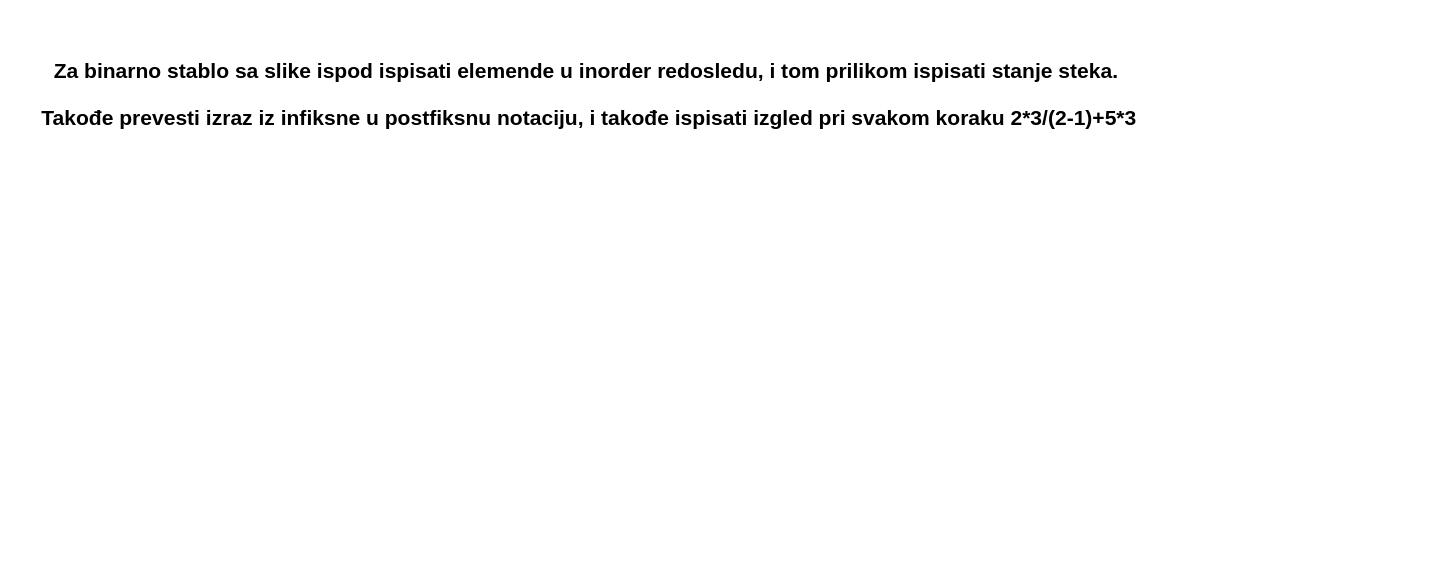
Above: Septembar 2023/5.drawio in Erten00/AISP (draw.io), before the change. Source tidied: cells renumbered, new cells numbered last; positions are measured from the earlier drawing's top-left corner, leaving out a move shared by most shapes. Both pictures are drawn from the tidied source at 150%, with x=0, y=0 at pixel (26, 26).
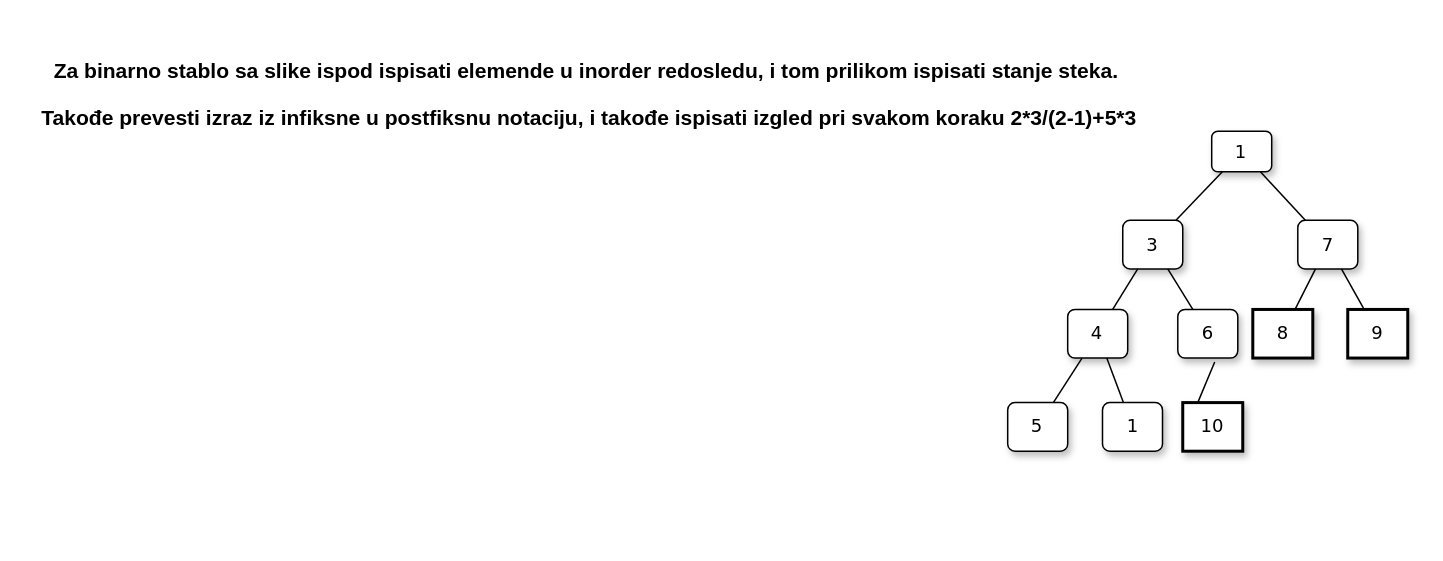
After the change.

The edit, as a diff of the source:
```diff
@@
+    <mxCell id="3" style="group;" parent="1" vertex="1">
+      <mxGeometry x="611" y="70" width="310" height="270" as="geometry" />
+    </mxCell>
+    <mxCell id="4" value="1" style="whiteSpace=wrap;html=1;rounded=1;shadow=1;labelBackgroundColor=none;strokeWidth=1;fontFamily=Verdana;fontSize=12;align=center;" parent="3" vertex="1">
+      <mxGeometry x="179.3" width="40" height="27" as="geometry" />
+    </mxCell>
+    <mxCell id="5" value="3" style="whiteSpace=wrap;html=1;rounded=1;shadow=1;labelBackgroundColor=none;strokeWidth=1;fontFamily=Verdana;fontSize=12;align=center;" parent="3" vertex="1">
+      <mxGeometry x="120" y="59.4" width="40" height="32.4" as="geometry" />
+    </mxCell>
+    <mxCell id="6" value="&lt;span&gt;7&lt;/span&gt;" style="whiteSpace=wrap;html=1;rounded=1;shadow=1;labelBackgroundColor=none;strokeWidth=1;fontFamily=Verdana;fontSize=12;align=center;" parent="3" vertex="1">
+      <mxGeometry x="236.7" y="59.4" width="40" height="32.4" as="geometry" />
+    </mxCell>
+    <mxCell id="7" style="rounded=0;html=1;labelBackgroundColor=none;startArrow=none;startFill=0;startSize=5;endArrow=none;endFill=0;endSize=5;jettySize=auto;strokeWidth=1;fontFamily=Verdana;fontSize=12;" parent="3" edge="1" source="4" target="6">
+      <mxGeometry x="-0.3" y="13" relative="1" as="geometry" />
+    </mxCell>
+    <mxCell id="8" style="rounded=0;html=1;labelBackgroundColor=none;startArrow=none;startFill=0;startSize=5;endArrow=none;endFill=0;endSize=5;jettySize=auto;strokeWidth=1;fontFamily=Verdana;fontSize=12;" parent="3" edge="1" source="4" target="5">
+      <mxGeometry x="-0.23" y="-18" relative="1" as="geometry">
+        <mxPoint x="1" as="offset" />
+      </mxGeometry>
+    </mxCell>
+    <mxCell id="9" value="&lt;span&gt;4&lt;/span&gt;" style="whiteSpace=wrap;html=1;rounded=1;shadow=1;labelBackgroundColor=none;strokeWidth=1;fontFamily=Verdana;fontSize=12;align=center;" parent="3" vertex="1">
+      <mxGeometry x="83.3" y="118.8" width="40" height="32.4" as="geometry" />
+    </mxCell>
+    <mxCell id="10" value="&lt;span&gt;6&lt;/span&gt;" style="whiteSpace=wrap;html=1;rounded=1;shadow=1;labelBackgroundColor=none;strokeWidth=1;fontFamily=Verdana;fontSize=12;align=center;" parent="3" vertex="1">
+      <mxGeometry x="156.7" y="118.8" width="40" height="32.4" as="geometry" />
+    </mxCell>
+    <mxCell id="11" value="&lt;span&gt;8&lt;/span&gt;" style="whiteSpace=wrap;html=1;rounded=0;shadow=1;labelBackgroundColor=none;strokeWidth=2;fontFamily=Verdana;fontSize=12;align=center;" parent="3" vertex="1">
+      <mxGeometry x="206.7" y="118.8" width="40" height="32.4" as="geometry" />
+    </mxCell>
+    <mxCell id="12" value="&lt;span&gt;9&lt;/span&gt;" style="whiteSpace=wrap;html=1;rounded=0;shadow=1;labelBackgroundColor=none;strokeWidth=2;fontFamily=Verdana;fontSize=12;align=center;" parent="3" vertex="1">
+      <mxGeometry x="270" y="118.8" width="40" height="32.4" as="geometry" />
+    </mxCell>
+    <mxCell id="13" value="&lt;span&gt;5&lt;/span&gt;" style="whiteSpace=wrap;html=1;rounded=1;shadow=1;labelBackgroundColor=none;strokeWidth=1;fontFamily=Verdana;fontSize=12;align=center;" parent="3" vertex="1">
+      <mxGeometry x="43.3" y="180.9" width="40" height="32.4" as="geometry" />
+    </mxCell>
+    <mxCell id="14" value="&lt;span&gt;1&lt;/span&gt;" style="whiteSpace=wrap;html=1;rounded=1;shadow=1;labelBackgroundColor=none;strokeWidth=1;fontFamily=Verdana;fontSize=12;align=center;" parent="3" vertex="1">
+      <mxGeometry x="106.5" y="180.9" width="40" height="32.4" as="geometry" />
+    </mxCell>
+    <mxCell id="15" style="rounded=0;html=1;labelBackgroundColor=none;startArrow=none;startFill=0;startSize=5;endArrow=none;endFill=0;endSize=5;jettySize=auto;strokeWidth=1;fontFamily=Verdana;fontSize=12;" parent="3" edge="1" source="5" target="9">
+      <mxGeometry x="-0.2" y="-14" relative="1" as="geometry" />
+    </mxCell>
+    <mxCell id="16" style="rounded=0;html=1;labelBackgroundColor=none;startArrow=none;startFill=0;startSize=5;endArrow=none;endFill=0;endSize=5;jettySize=auto;strokeWidth=1;fontFamily=Verdana;fontSize=12;" parent="3" edge="1" source="5" target="10">
+      <mxGeometry x="-0.2" y="14" relative="1" as="geometry" />
+    </mxCell>
+    <mxCell id="17" style="rounded=0;html=1;labelBackgroundColor=none;startArrow=none;startFill=0;startSize=5;endArrow=none;endFill=0;endSize=5;jettySize=auto;strokeWidth=1;fontFamily=Verdana;fontSize=12;" parent="3" edge="1" source="6" target="11">
+      <mxGeometry x="-0.26" y="-13" relative="1" as="geometry" />
+    </mxCell>
+    <mxCell id="18" style="rounded=0;html=1;labelBackgroundColor=none;startArrow=none;startFill=0;startSize=5;endArrow=none;endFill=0;endSize=5;jettySize=auto;strokeWidth=1;fontFamily=Verdana;fontSize=12;" parent="3" edge="1" source="6" target="12">
+      <mxGeometry x="-0.13" y="17" relative="1" as="geometry" />
+    </mxCell>
+    <mxCell id="19" style="rounded=0;html=1;labelBackgroundColor=none;startArrow=none;startFill=0;startSize=5;endArrow=none;endFill=0;endSize=5;jettySize=auto;strokeWidth=1;fontFamily=Verdana;fontSize=12;" parent="3" edge="1" source="9" target="13">
+      <mxGeometry x="-0.22" y="-14" relative="1" as="geometry" />
+    </mxCell>
+    <mxCell id="20" style="rounded=0;html=1;labelBackgroundColor=none;startArrow=none;startFill=0;startSize=5;endArrow=none;endFill=0;endSize=5;jettySize=auto;strokeWidth=1;fontFamily=Verdana;fontSize=12;" parent="3" edge="1" source="9" target="14">
+      <mxGeometry x="-0.04" y="9" relative="1" as="geometry" />
+    </mxCell>
+    <mxCell id="21" value="&lt;span&gt;10&lt;/span&gt;" style="whiteSpace=wrap;html=1;rounded=0;shadow=1;labelBackgroundColor=none;strokeWidth=2;fontFamily=Verdana;fontSize=12;align=center;" parent="3" vertex="1">
+      <mxGeometry x="160" y="180.9" width="40" height="32.4" as="geometry" />
+    </mxCell>
+    <mxCell id="22" style="rounded=0;html=1;labelBackgroundColor=none;startArrow=none;startFill=0;startSize=5;endArrow=none;endFill=0;endSize=5;jettySize=auto;strokeWidth=1;fontFamily=Verdana;fontSize=12;exitX=0.615;exitY=1.083;exitDx=0;exitDy=0;exitPerimeter=0;entryX=0.25;entryY=0;entryDx=0;entryDy=0;" parent="3" edge="1" source="10" target="21">
+      <mxGeometry x="-0.23" y="13" relative="1" as="geometry" />
+    </mxCell>
```
